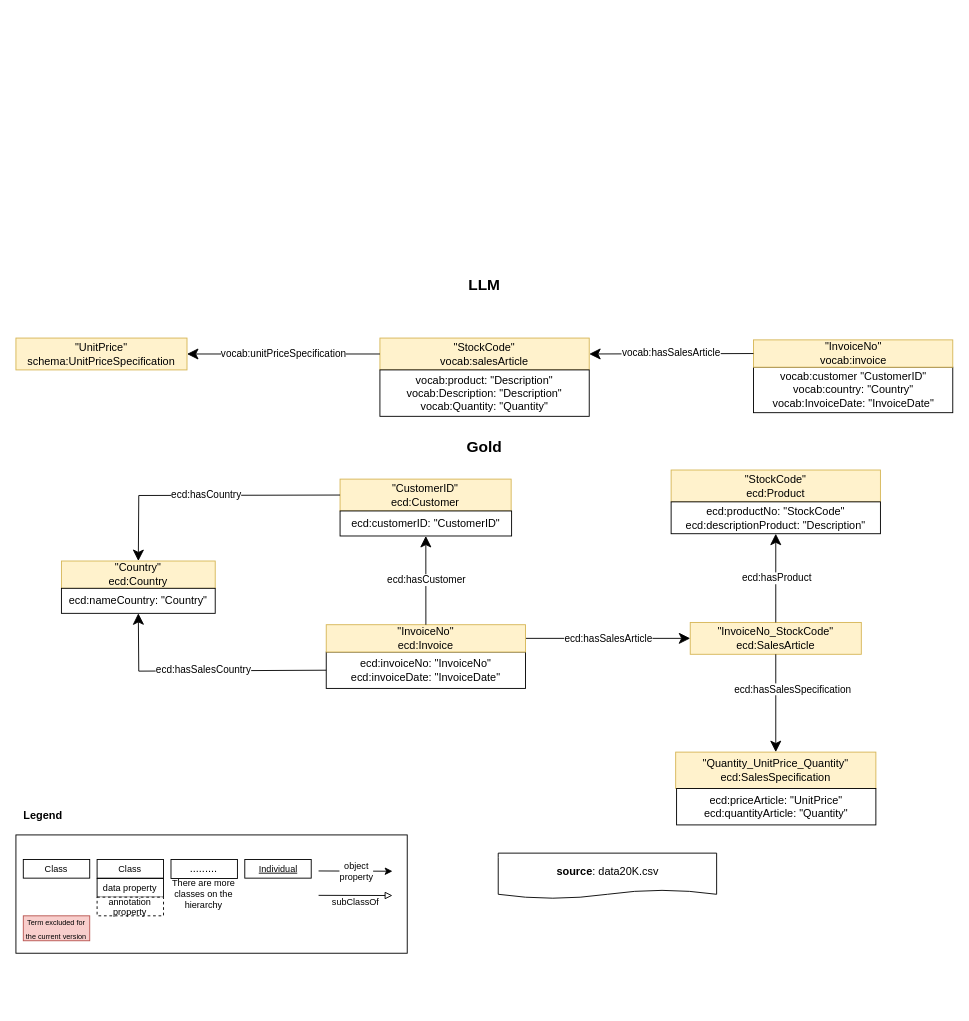
Above: page "Gold-LLM" (3 of 8) of E-CommerceData/Figures/eCommerce.drawio in tecnomod-um/EvaluationGraphAlignmentMethods (draw.io), before the change. Source tidied: cells renumbered, new cells numbered last; positions are measured from the earlier drawing's top-left corner, leaving out a move shared by most shapes. Both pictures are drawn from the tidied source at 91%, with x=0, y=0 at pixel (15, 272).
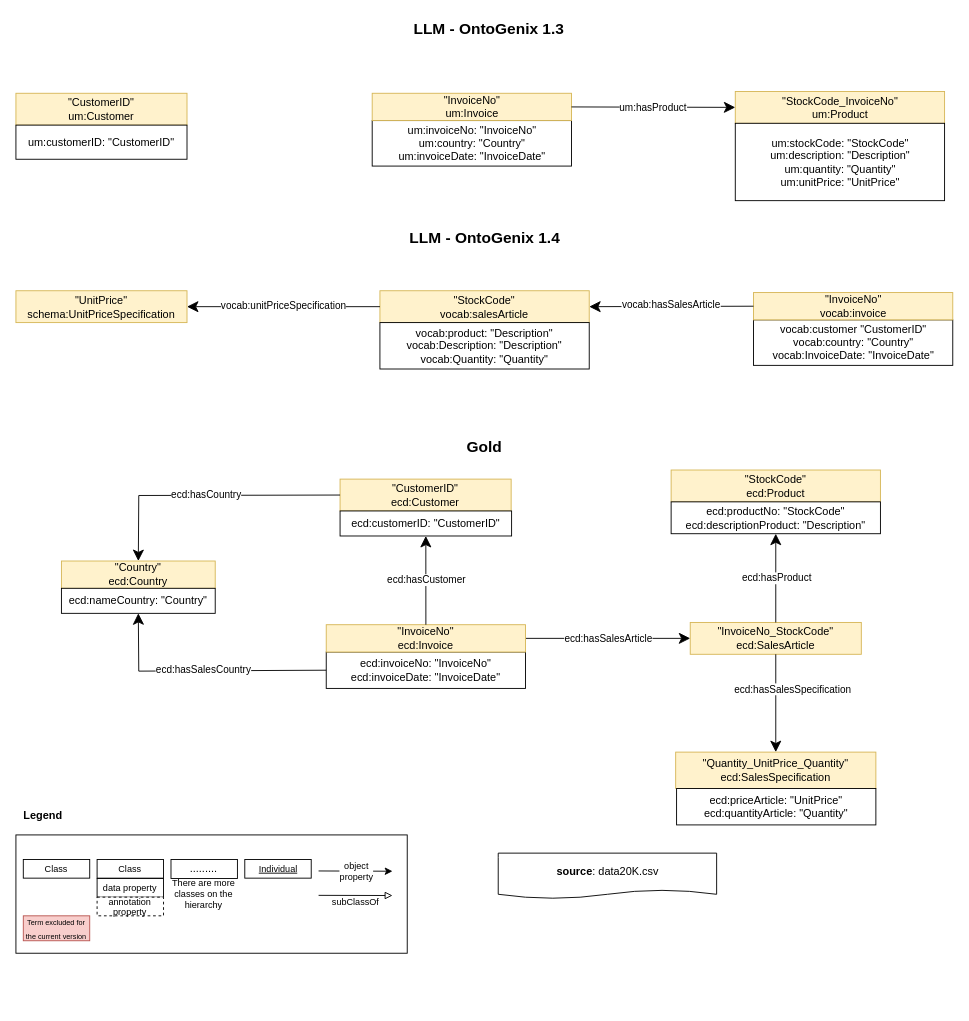
The same page after the edit.

What changed in the source:
```diff
@@
-    <mxCell id="15" value="&lt;font style=&quot;font-size: 17px;&quot;&gt;&lt;b&gt;LLM&lt;/b&gt;&lt;/font&gt;" style="text;html=1;strokeColor=none;fillColor=none;align=center;verticalAlign=middle;whiteSpace=wrap;rounded=0;dashed=1;fontSize=14;" parent="1" vertex="1">
-      <mxGeometry x="495" width="40" height="30" as="geometry" />
+    <mxCell id="15" value="&lt;font style=&quot;font-size: 17px;&quot;&gt;&lt;b&gt;LLM - OntoGenix 1.4&lt;/b&gt;&lt;/font&gt;" style="text;html=1;strokeColor=none;fillColor=none;align=center;verticalAlign=middle;whiteSpace=wrap;rounded=0;dashed=1;fontSize=14;" parent="1" vertex="1">
+      <mxGeometry x="427.5" y="-52" width="175" height="30" as="geometry" />
     </mxCell>
     <mxCell id="16" value="vocab:customer &quot;CustomerID&quot;&lt;br&gt;vocab:country: &quot;Country&quot;&lt;br&gt;vocab:InvoiceDate: &quot;InvoiceDate&quot;" style="rounded=0;whiteSpace=wrap;html=1;" parent="1" vertex="1">
-      <mxGeometry x="810.5" y="104" width="219" height="50" as="geometry" />
+      <mxGeometry x="810.5" y="52" width="219" height="50" as="geometry" />
     </mxCell>
     <mxCell id="17" value="&quot;InvoiceNo&quot;&lt;br&gt;vocab:invoice" style="rounded=0;whiteSpace=wrap;html=1;labelBackgroundColor=none;fillColor=#fff2cc;strokeColor=#d6b656;noLabel=0;" parent="1" vertex="1">
-      <mxGeometry x="810.5" y="74" width="219" height="30" as="geometry" />
+      <mxGeometry x="810.5" y="22" width="219" height="30" as="geometry" />
     </mxCell>
     <mxCell id="18" value="&quot;StockCode&quot;&lt;br&gt;vocab:salesArticle" style="rounded=0;whiteSpace=wrap;html=1;labelBackgroundColor=none;fillColor=#fff2cc;strokeColor=#d6b656;noLabel=0;" parent="1" vertex="1">
-      <mxGeometry x="400" y="72" width="230" height="35" as="geometry" />
+      <mxGeometry x="400" y="20" width="230" height="35" as="geometry" />
     </mxCell>
     <mxCell id="19" value="&quot;UnitPrice&quot;&lt;br&gt;schema:UnitPriceSpecification" style="rounded=0;whiteSpace=wrap;html=1;labelBackgroundColor=none;fillColor=#fff2cc;strokeColor=#d6b656;noLabel=0;" parent="1" vertex="1">
-      <mxGeometry y="72" width="188" height="35" as="geometry" />
+      <mxGeometry y="20" width="188" height="35" as="geometry" />
     </mxCell>
     <mxCell id="20" value="vocab:product: &quot;Description&quot;&lt;br&gt;vocab:Description: &quot;Description&quot;&lt;br&gt;vocab:Quantity: &quot;Quantity&quot;" style="rounded=0;whiteSpace=wrap;html=1;" parent="1" vertex="1">
-      <mxGeometry x="400" y="107" width="230" height="51" as="geometry" />
+      <mxGeometry x="400" y="55" width="230" height="51" as="geometry" />
     </mxCell>
@@
+    <mxCell id="43" value="&lt;font style=&quot;font-size: 17px;&quot;&gt;&lt;b&gt;LLM - OntoGenix 1.3&lt;/b&gt;&lt;/font&gt;" style="text;html=1;strokeColor=none;fillColor=none;align=center;verticalAlign=middle;whiteSpace=wrap;rounded=0;dashed=1;fontSize=14;" parent="1" vertex="1">
+      <mxGeometry x="434.5" y="-282" width="170" height="30" as="geometry" />
+    </mxCell>
+    <mxCell id="44" value="um:invoiceNo: &quot;InvoiceNo&quot;&lt;br&gt;um:country: &quot;Country&quot;&lt;br&gt;um:invoiceDate: &quot;InvoiceDate&quot;" style="rounded=0;whiteSpace=wrap;html=1;" parent="1" vertex="1">
+      <mxGeometry x="391.5" y="-167" width="219" height="50" as="geometry" />
+    </mxCell>
+    <mxCell id="45" value="&quot;InvoiceNo&quot;&lt;br&gt;um:Invoice" style="rounded=0;whiteSpace=wrap;html=1;labelBackgroundColor=none;fillColor=#fff2cc;strokeColor=#d6b656;noLabel=0;" parent="1" vertex="1">
+      <mxGeometry x="391.5" y="-197" width="219" height="30" as="geometry" />
+    </mxCell>
+    <mxCell id="46" value="&quot;StockCode_InvoiceNo&quot;&lt;br&gt;um:Product" style="rounded=0;whiteSpace=wrap;html=1;labelBackgroundColor=none;fillColor=#fff2cc;strokeColor=#d6b656;noLabel=0;" parent="1" vertex="1">
+      <mxGeometry x="790.5" y="-199" width="230" height="35" as="geometry" />
+    </mxCell>
+    <mxCell id="47" value="&quot;CustomerID&quot;&lt;br&gt;um:Customer" style="rounded=0;whiteSpace=wrap;html=1;labelBackgroundColor=none;fillColor=#fff2cc;strokeColor=#d6b656;noLabel=0;" parent="1" vertex="1">
+      <mxGeometry y="-197" width="188" height="35" as="geometry" />
+    </mxCell>
+    <mxCell id="48" value="um:stockCode: &quot;StockCode&quot;&lt;br&gt;um:description: &quot;Description&quot;&lt;br&gt;um:quantity: &quot;Quantity&quot;&lt;br&gt;um:unitPrice: &quot;UnitPrice&quot;" style="rounded=0;whiteSpace=wrap;html=1;" parent="1" vertex="1">
+      <mxGeometry x="790.5" y="-164" width="230" height="85" as="geometry" />
+    </mxCell>
+    <mxCell id="49" value="um:hasProduct" style="endArrow=classic;html=1;exitX=1;exitY=0.5;exitDx=0;exitDy=0;entryX=0;entryY=0.5;entryDx=0;entryDy=0;rounded=0;endSize=10;startArrow=none;startFill=0;startSize=7;" parent="1" edge="1" source="45" target="46">
+      <mxGeometry y="-1" relative="1" as="geometry" />
+    </mxCell>
+    <mxCell id="50" value="um:customerID: &quot;CustomerID&quot;" style="rounded=0;whiteSpace=wrap;html=1;" parent="1" vertex="1">
+      <mxGeometry y="-162" width="188" height="37.5" as="geometry" />
+    </mxCell>
```
